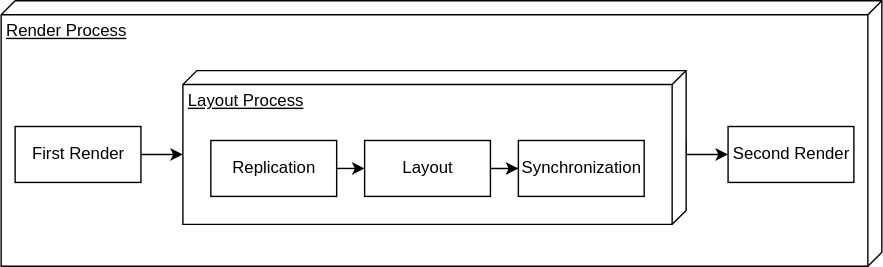
This is diagrams/respvis-render-process.svg from AlmostBearded/respvis-thesis, a draw.io export, as it was before one commit. Source tidied: cells renumbered, new cells last; positions are measured from the earlier drawing's top-left corner, leaving out a move shared by most shapes.
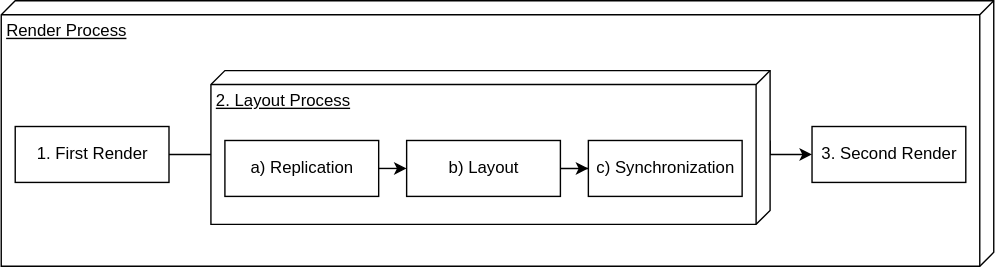
After the change.

Commit message:
Add numbers and letters to phases and steps in render process diagram

Change to the diagram source:
```diff
@@ -3,16 +3,16 @@
     <mxCell id="0" />
     <mxCell id="1" parent="0" />
     <mxCell id="2" value="Render Process" style="verticalAlign=top;align=left;spacingTop=8;spacingLeft=2;spacingRight=12;shape=cube;size=10;direction=south;fontStyle=4;html=1;" parent="1" vertex="1">
-      <mxGeometry width="630" height="190" as="geometry" />
+      <mxGeometry x="-20" width="710" height="190" as="geometry" />
     </mxCell>
     <mxCell id="3" style="edgeStyle=orthogonalEdgeStyle;rounded=0;jettySize=auto;html=1;entryX=0;entryY=0;entryDx=60;entryDy=360;entryPerimeter=0;" parent="1" edge="1" source="4" target="7">
       <mxGeometry relative="1" as="geometry" />
     </mxCell>
-    <mxCell id="4" value="First Render" style="html=1;" parent="1" vertex="1">
-      <mxGeometry x="10" y="90" width="90" height="40" as="geometry" />
+    <mxCell id="4" value="1. First Render" style="html=1;" parent="1" vertex="1">
+      <mxGeometry x="-10" y="90" width="110" height="40" as="geometry" />
     </mxCell>
-    <mxCell id="5" value="Second Render" style="html=1;" parent="1" vertex="1">
-      <mxGeometry x="520" y="90" width="90" height="40" as="geometry" />
+    <mxCell id="5" value="3. Second Render" style="html=1;" parent="1" vertex="1">
+      <mxGeometry x="560" y="90" width="110" height="40" as="geometry" />
     </mxCell>
     <mxCell id="6" style="edgeStyle=orthogonalEdgeStyle;rounded=0;jettySize=auto;html=1;exitX=0;exitY=0;exitDx=50;exitDy=0;exitPerimeter=0;entryX=0;entryY=0.5;entryDx=0;entryDy=0;" parent="1" edge="1" source="7" target="5">
       <mxGeometry relative="1" as="geometry">
@@ -22,17 +22,17 @@
         </Array>
       </mxGeometry>
     </mxCell>
-    <mxCell id="7" value="Layout&amp;nbsp;Process" style="verticalAlign=top;align=left;spacingTop=8;spacingLeft=2;spacingRight=12;shape=cube;size=10;direction=south;fontStyle=4;html=1;" parent="1" vertex="1">
-      <mxGeometry x="130" y="50" width="360" height="110" as="geometry" />
+    <mxCell id="7" value="2. Layout&amp;nbsp;Process" style="verticalAlign=top;align=left;spacingTop=8;spacingLeft=2;spacingRight=12;shape=cube;size=10;direction=south;fontStyle=4;html=1;" parent="1" vertex="1">
+      <mxGeometry x="130" y="50" width="400" height="110" as="geometry" />
     </mxCell>
-    <mxCell id="8" value="Replication" style="html=1;" parent="1" vertex="1">
-      <mxGeometry x="150" y="100" width="90" height="40" as="geometry" />
+    <mxCell id="8" value="a) Replication" style="html=1;" parent="1" vertex="1">
+      <mxGeometry x="140" y="100" width="110" height="40" as="geometry" />
     </mxCell>
-    <mxCell id="9" value="Synchronization" style="html=1;" parent="1" vertex="1">
-      <mxGeometry x="370" y="100" width="90" height="40" as="geometry" />
+    <mxCell id="9" value="c) Synchronization" style="html=1;" parent="1" vertex="1">
+      <mxGeometry x="400" y="100" width="110" height="40" as="geometry" />
     </mxCell>
-    <mxCell id="10" value="Layout" style="html=1;" parent="1" vertex="1">
-      <mxGeometry x="260" y="100" width="90" height="40" as="geometry" />
+    <mxCell id="10" value="b) Layout" style="html=1;" parent="1" vertex="1">
+      <mxGeometry x="270" y="100" width="110" height="40" as="geometry" />
     </mxCell>
     <mxCell id="11" style="edgeStyle=orthogonalEdgeStyle;rounded=0;jettySize=auto;html=1;entryX=0;entryY=0.5;entryDx=0;entryDy=0;" parent="1" edge="1" source="10" target="9">
       <mxGeometry relative="1" as="geometry" />
```
